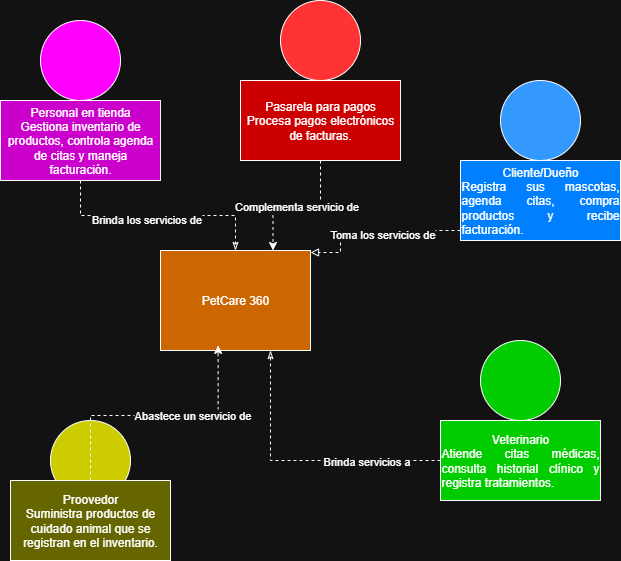
Above: docs/uml/DiagramaContexto.png in Dav10-32/PetCare360 (draw.io), before the change. Source tidied: cells renumbered, new cells last; positions are measured from the earlier drawing's top-left corner, leaving out a move shared by most shapes.
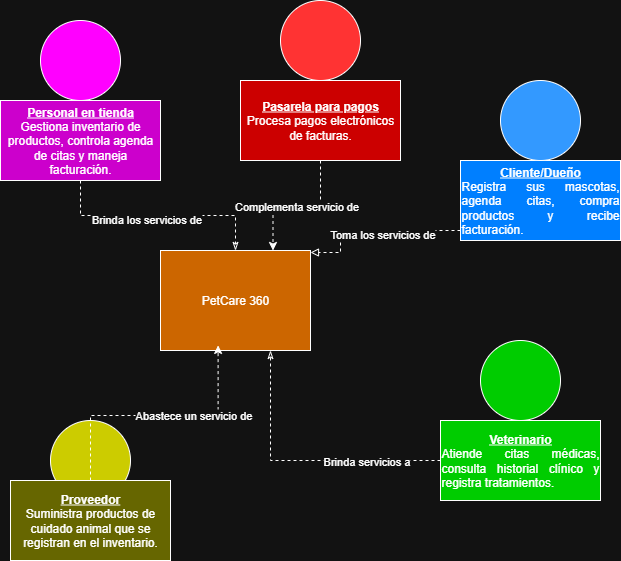
After the commit.

Commit message:
PetCare 360: David Palacios - Diagrama de clases

The edit, as a diff of the source:
```diff
@@ -5,7 +5,7 @@
     <mxCell id="2" value="PetCare 360" style="rounded=0;whiteSpace=wrap;html=1;fillColor=light-dark(#FFFFFF,#CC6600);" parent="1" vertex="1">
       <mxGeometry x="160" y="250" width="150" height="100" as="geometry" />
     </mxCell>
-    <mxCell id="3" value="Cliente/Dueño&lt;br&gt;&lt;div style=&quot;text-align: justify;&quot;&gt;&lt;span style=&quot;background-color: transparent; color: light-dark(rgb(0, 0, 0), rgb(255, 255, 255));&quot;&gt;Registra sus mascotas, agenda citas, compra productos y recibe facturación.&lt;/span&gt;&lt;/div&gt;" style="rounded=0;whiteSpace=wrap;html=1;fillColor=light-dark(#FFFFFF,#007FFF);" parent="1" vertex="1">
+    <mxCell id="3" value="&lt;u&gt;&lt;b&gt;Cliente/Dueño&lt;/b&gt;&lt;/u&gt;&lt;br&gt;&lt;div style=&quot;text-align: justify;&quot;&gt;&lt;span style=&quot;background-color: transparent; color: light-dark(rgb(0, 0, 0), rgb(255, 255, 255));&quot;&gt;Registra sus mascotas, agenda citas, compra productos y recibe facturación.&lt;/span&gt;&lt;/div&gt;" style="rounded=0;whiteSpace=wrap;html=1;fillColor=light-dark(#FFFFFF,#007FFF);" parent="1" vertex="1">
       <mxGeometry x="460" y="160" width="160" height="80" as="geometry" />
     </mxCell>
     <mxCell id="4" style="ellipse;whiteSpace=wrap;html=1;fillColor=light-dark(#FFFFFF,#3399FF);" parent="1" vertex="1">
@@ -38,7 +38,7 @@
         <mxPoint x="-1" y="-3" as="offset" />
       </mxGeometry>
     </mxCell>
-    <mxCell id="10" value="Veterinario&lt;br&gt;&lt;div style=&quot;text-align: justify;&quot;&gt;Atiende citas médicas, consulta historial clínico y registra tratamientos.&lt;/div&gt;" style="rounded=0;whiteSpace=wrap;html=1;fillColor=light-dark(#FFFFFF,#00CC00);" parent="1" vertex="1">
+    <mxCell id="10" value="&lt;b&gt;&lt;u&gt;Veterinario&lt;/u&gt;&lt;/b&gt;&lt;br&gt;&lt;div style=&quot;text-align: justify;&quot;&gt;Atiende citas médicas, consulta historial clínico y registra tratamientos.&lt;/div&gt;" style="rounded=0;whiteSpace=wrap;html=1;fillColor=light-dark(#FFFFFF,#00CC00);" parent="1" vertex="1">
       <mxGeometry x="440" y="420" width="160" height="80" as="geometry" />
     </mxCell>
     <mxCell id="11" style="ellipse;whiteSpace=wrap;html=1;fillColor=light-dark(#FFFFFF,#FF00FF);" parent="1" vertex="1">
@@ -52,13 +52,13 @@
         <mxPoint x="-1" as="offset" />
       </mxGeometry>
     </mxCell>
-    <mxCell id="14" value="Personal en tienda&lt;div&gt;Gestiona inventario de productos, controla agenda de citas y maneja facturación.&lt;/div&gt;" style="rounded=0;whiteSpace=wrap;html=1;fillColor=light-dark(#FFFFFF,#CC00CC);" parent="1" vertex="1">
+    <mxCell id="14" value="&lt;b&gt;&lt;u&gt;Personal en tienda&lt;/u&gt;&lt;/b&gt;&lt;div&gt;Gestiona inventario de productos, controla agenda de citas y maneja facturación.&lt;/div&gt;" style="rounded=0;whiteSpace=wrap;html=1;fillColor=light-dark(#FFFFFF,#CC00CC);" parent="1" vertex="1">
       <mxGeometry y="100" width="160" height="80" as="geometry" />
     </mxCell>
     <mxCell id="15" style="ellipse;whiteSpace=wrap;html=1;fillColor=light-dark(#FFFFFF,#CCCC00);" parent="1" vertex="1">
       <mxGeometry x="50" y="420" width="80" height="80" as="geometry" />
     </mxCell>
-    <mxCell id="16" value="Proovedor&lt;div&gt;Suministra productos de cuidado animal que se registran en el inventario.&lt;/div&gt;" style="rounded=0;whiteSpace=wrap;html=1;fillColor=light-dark(#FFFFFF,#666600);" parent="1" vertex="1">
+    <mxCell id="16" value="&lt;u style=&quot;&quot;&gt;&lt;b&gt;Proveedor&lt;/b&gt;&lt;/u&gt;&lt;div&gt;Suministra productos de cuidado animal que se registran en el inventario.&lt;/div&gt;" style="rounded=0;whiteSpace=wrap;html=1;fillColor=light-dark(#FFFFFF,#666600);" parent="1" vertex="1">
       <mxGeometry x="10" y="480" width="160" height="80" as="geometry" />
     </mxCell>
     <mxCell id="17" style="edgeStyle=orthogonalEdgeStyle;rounded=0;jettySize=auto;html=1;entryX=0.384;entryY=0.949;entryDx=0;entryDy=0;entryPerimeter=0;dashed=1;" parent="1" edge="1" source="16" target="2">
@@ -80,7 +80,7 @@
         <mxPoint x="-1" as="offset" />
       </mxGeometry>
     </mxCell>
-    <mxCell id="22" value="&lt;div&gt;Pasarela para pagos&lt;/div&gt;&lt;div&gt; Procesa pagos electrónicos de facturas.&lt;/div&gt;" style="rounded=0;whiteSpace=wrap;html=1;fillColor=light-dark(#FFFFFF,#CC0000);" parent="1" vertex="1">
+    <mxCell id="22" value="&lt;div&gt;&lt;b&gt;&lt;u&gt;Pasarela para pagos&lt;/u&gt;&lt;/b&gt;&lt;/div&gt;&lt;div&gt; Procesa pagos electrónicos de facturas.&lt;/div&gt;" style="rounded=0;whiteSpace=wrap;html=1;fillColor=light-dark(#FFFFFF,#CC0000);" parent="1" vertex="1">
       <mxGeometry x="240" y="80" width="160" height="80" as="geometry" />
     </mxCell>
   </root>
```
